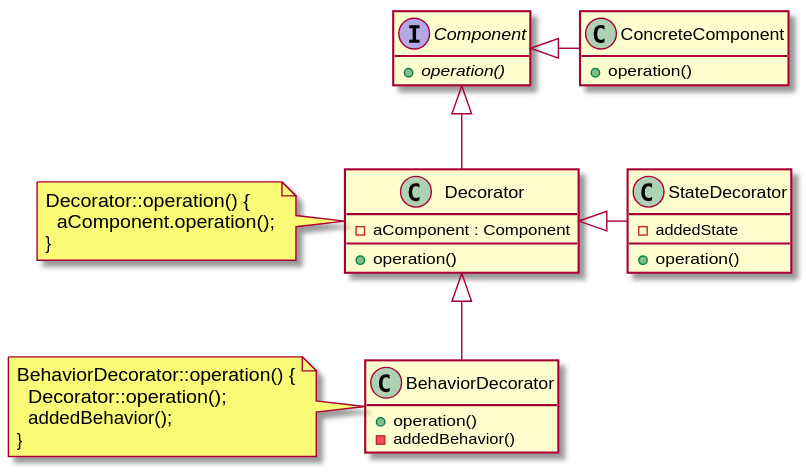
pvc1989/miniWiki keeps this PlantUML diagram as programming/patterns/Decorator/Class.svg. Above is the earlier version.
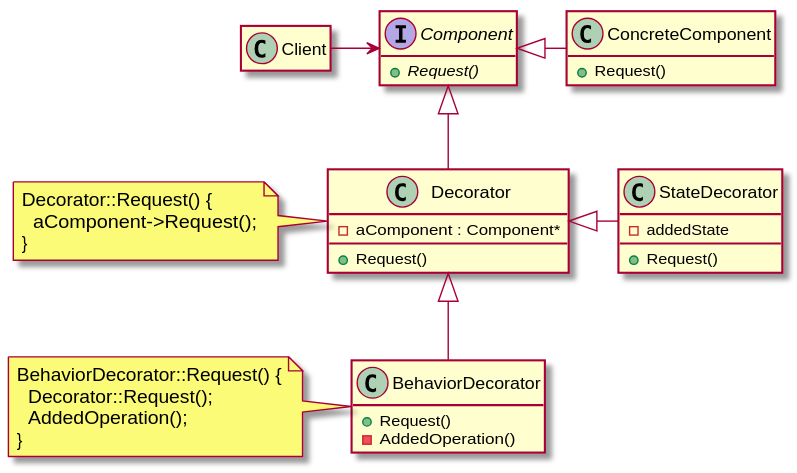
After the change.

Commit message:
Update diagram and description for Decorator.

Change to the diagram source:
```diff
@@ -1,39 +1,40 @@
 @startuml
+Client -> Component
 Component <|- ConcreteComponent
 Component <|-- Decorator
 Decorator <|-- BehaviorDecorator
 Decorator <|- StateDecorator
 
 interface Component {
-  {abstract} +operation()
+  {abstract} +Request()
 }
 
 class ConcreteComponent {
-  +operation()
+  +Request()
 }
 class Decorator {
-  -aComponent : Component
-  +operation()
+  -aComponent : Component*
+  +Request()
 }
 note left of Decorator
-  Decorator::operation() {
-    aComponent.operation();
+  Decorator::Request() {
+    aComponent->Request();
   }
 end note
 
 class BehaviorDecorator {
-  +operation()
-  -addedBehavior()
+  +Request()
+  -AddedOperation()
 }
 note left of BehaviorDecorator
-  BehaviorDecorator::operation() {
-    Decorator::operation();
-    addedBehavior();
+  BehaviorDecorator::Request() {
+    Decorator::Request();
+    AddedOperation();
   }
 end note
 class StateDecorator {
   -addedState
-  +operation()
+  +Request()
 }
 
 hide empty attributes
```
